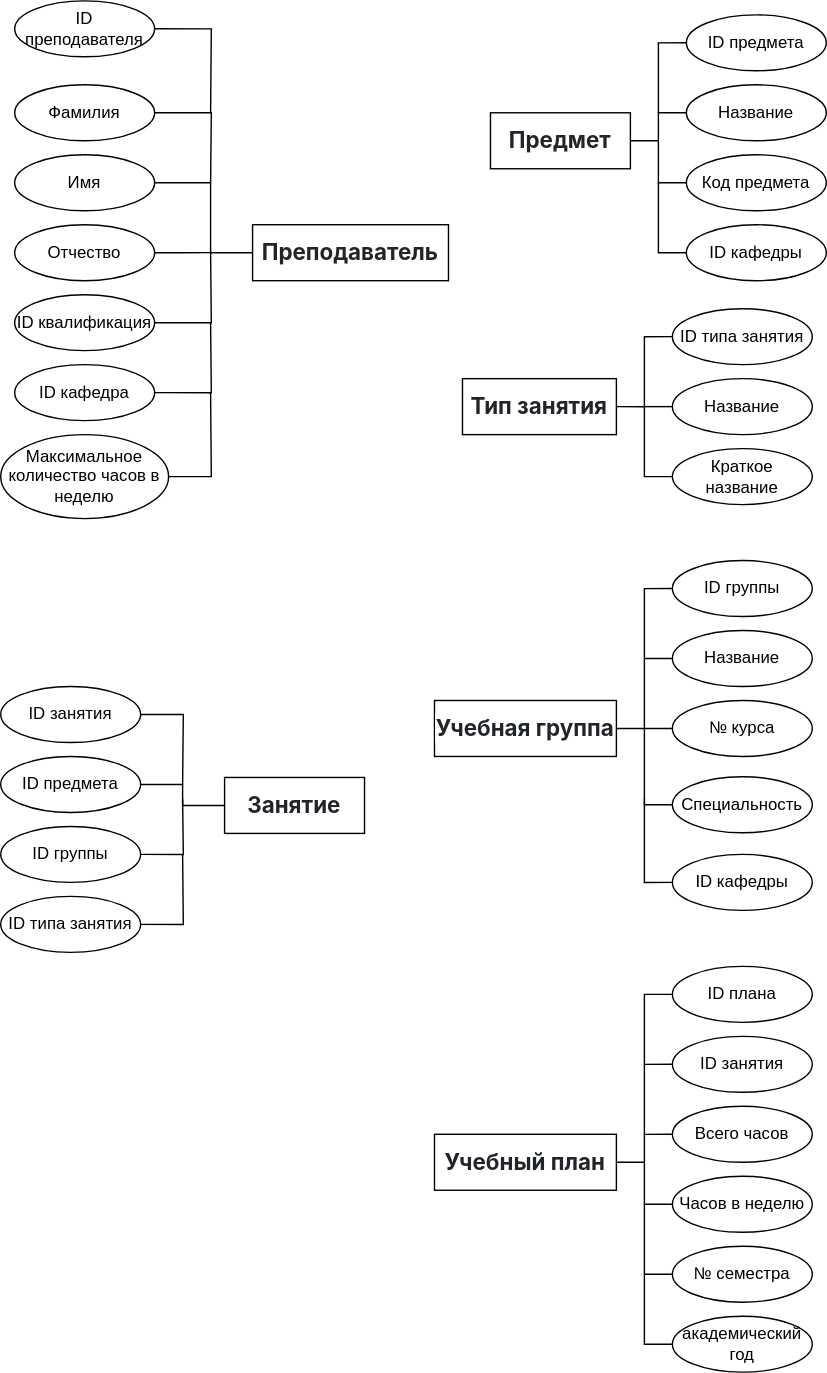
Before: db_concept.drawio.svg, a diagram exported from draw.io (ksinph/PSTU_LABS_2023). Source tidied: cells renumbered, new cells last; positions are measured from the earlier drawing's top-left corner, leaving out a move shared by most shapes.
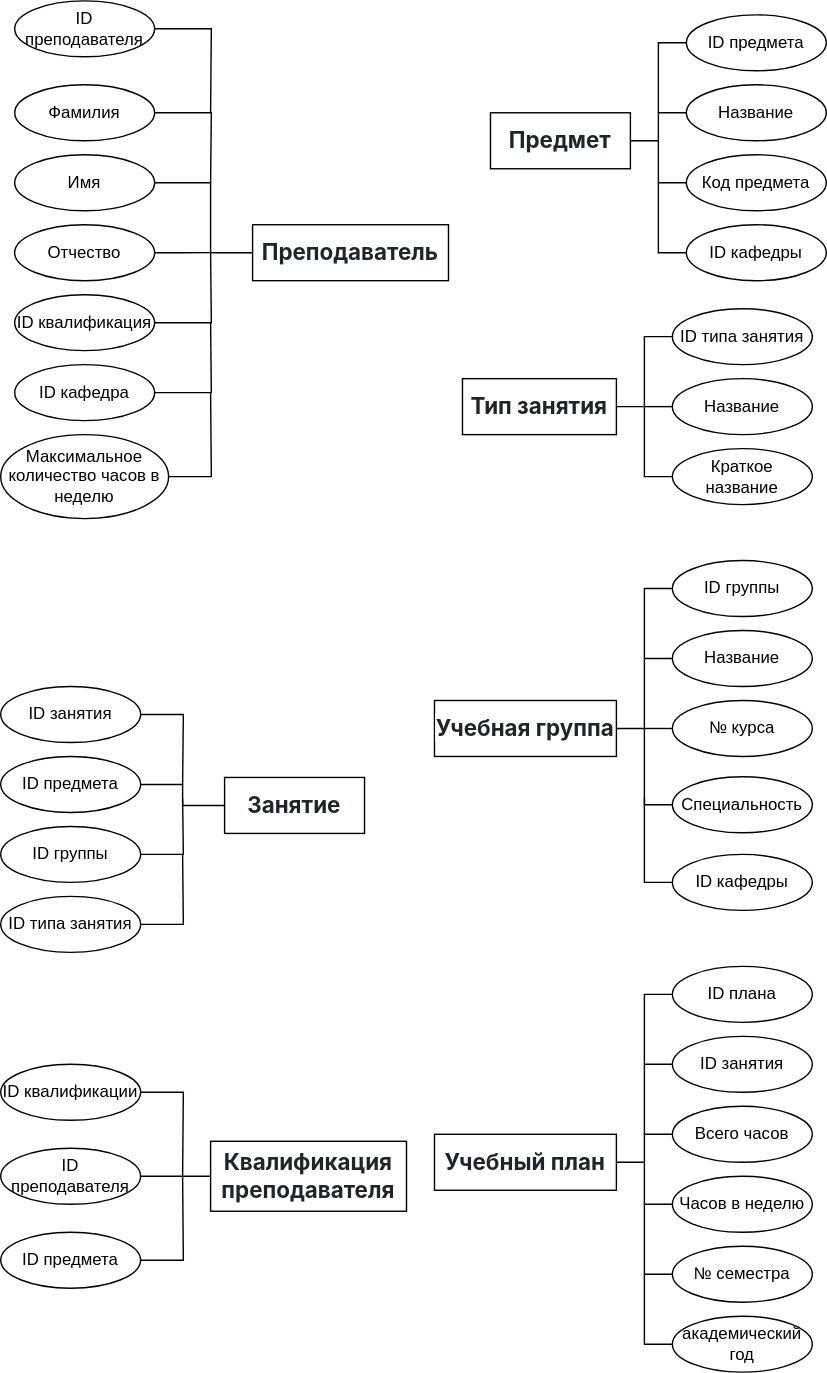
Later version of the same file.

Diff of the diagram source:
```diff
@@ -245,5 +245,30 @@
     <mxCell id="65" value="ID типа занятия" style="ellipse;whiteSpace=wrap;html=1;align=center;" parent="1" vertex="1">
       <mxGeometry y="640" width="100" height="40" as="geometry" />
     </mxCell>
+    <mxCell id="66" value="&lt;span style=&quot;box-sizing: border-box; font-weight: bolder; color: rgb(33, 37, 41); font-family: -apple-system, BlinkMacSystemFont, &amp;quot;Segoe UI&amp;quot;, Roboto, &amp;quot;Helvetica Neue&amp;quot;, Arial, &amp;quot;Noto Sans&amp;quot;, sans-serif, &amp;quot;Apple Color Emoji&amp;quot;, &amp;quot;Segoe UI Emoji&amp;quot;, &amp;quot;Segoe UI Symbol&amp;quot;, &amp;quot;Noto Color Emoji&amp;quot;; font-size: 16px; text-align: left; background-color: rgb(255, 255, 255);&quot;&gt;Квалификация преподавателя&lt;/span&gt;" style="whiteSpace=wrap;html=1;align=center;" parent="1" vertex="1">
+      <mxGeometry x="150" y="815" width="140" height="50" as="geometry" />
+    </mxCell>
+    <mxCell id="67" style="edgeStyle=orthogonalEdgeStyle;rounded=0;jettySize=auto;html=1;exitX=1;exitY=0.5;exitDx=0;exitDy=0;endArrow=none;startFill=0;" parent="1" edge="1" source="68">
+      <mxGeometry relative="1" as="geometry">
+        <mxPoint x="130" y="840" as="targetPoint" />
+      </mxGeometry>
+    </mxCell>
+    <mxCell id="68" value="ID квалификации" style="ellipse;whiteSpace=wrap;html=1;align=center;" parent="1" vertex="1">
+      <mxGeometry y="760" width="100" height="40" as="geometry" />
+    </mxCell>
+    <mxCell id="69" style="edgeStyle=orthogonalEdgeStyle;rounded=0;jettySize=auto;html=1;exitX=1;exitY=0.5;exitDx=0;exitDy=0;entryX=0;entryY=0.5;entryDx=0;entryDy=0;endArrow=none;startFill=0;" parent="1" edge="1" source="70" target="66">
+      <mxGeometry relative="1" as="geometry" />
+    </mxCell>
+    <mxCell id="70" value="ID преподавателя" style="ellipse;whiteSpace=wrap;html=1;align=center;" parent="1" vertex="1">
+      <mxGeometry y="820" width="100" height="40" as="geometry" />
+    </mxCell>
+    <mxCell id="71" style="edgeStyle=orthogonalEdgeStyle;rounded=0;jettySize=auto;html=1;exitX=1;exitY=0.5;exitDx=0;exitDy=0;endArrow=none;startFill=0;" parent="1" edge="1" source="72">
+      <mxGeometry relative="1" as="geometry">
+        <mxPoint x="130" y="840" as="targetPoint" />
+      </mxGeometry>
+    </mxCell>
+    <mxCell id="72" value="ID предмета" style="ellipse;whiteSpace=wrap;html=1;align=center;" parent="1" vertex="1">
+      <mxGeometry y="880" width="100" height="40" as="geometry" />
+    </mxCell>
   </root>
 </mxGraphModel>
```
